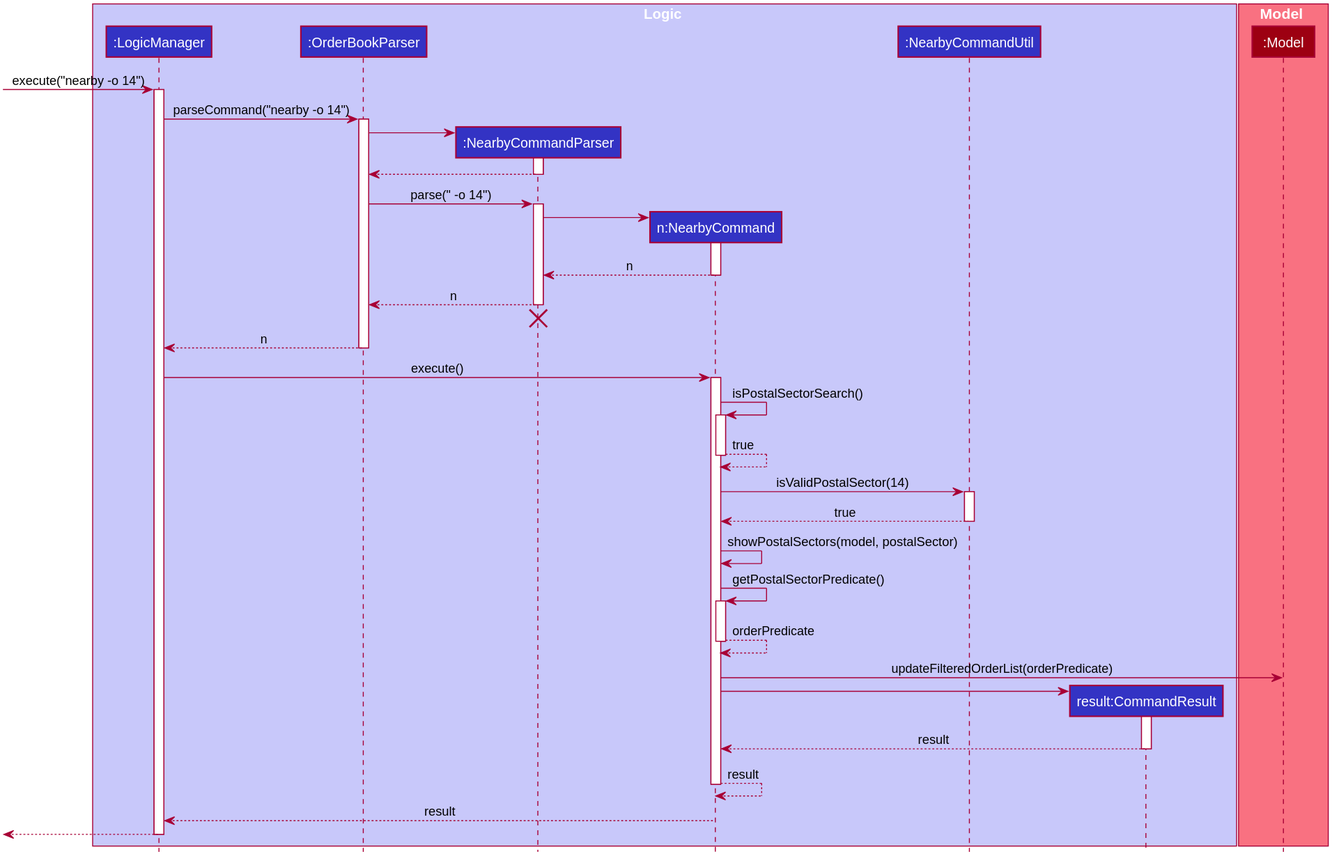
nus-cs2103-AY1920S2/addressbook-level3 keeps this PlantUML diagram as docs/images/NearbyCommandSequenceDiagram1.svg. Above is the earlier version.
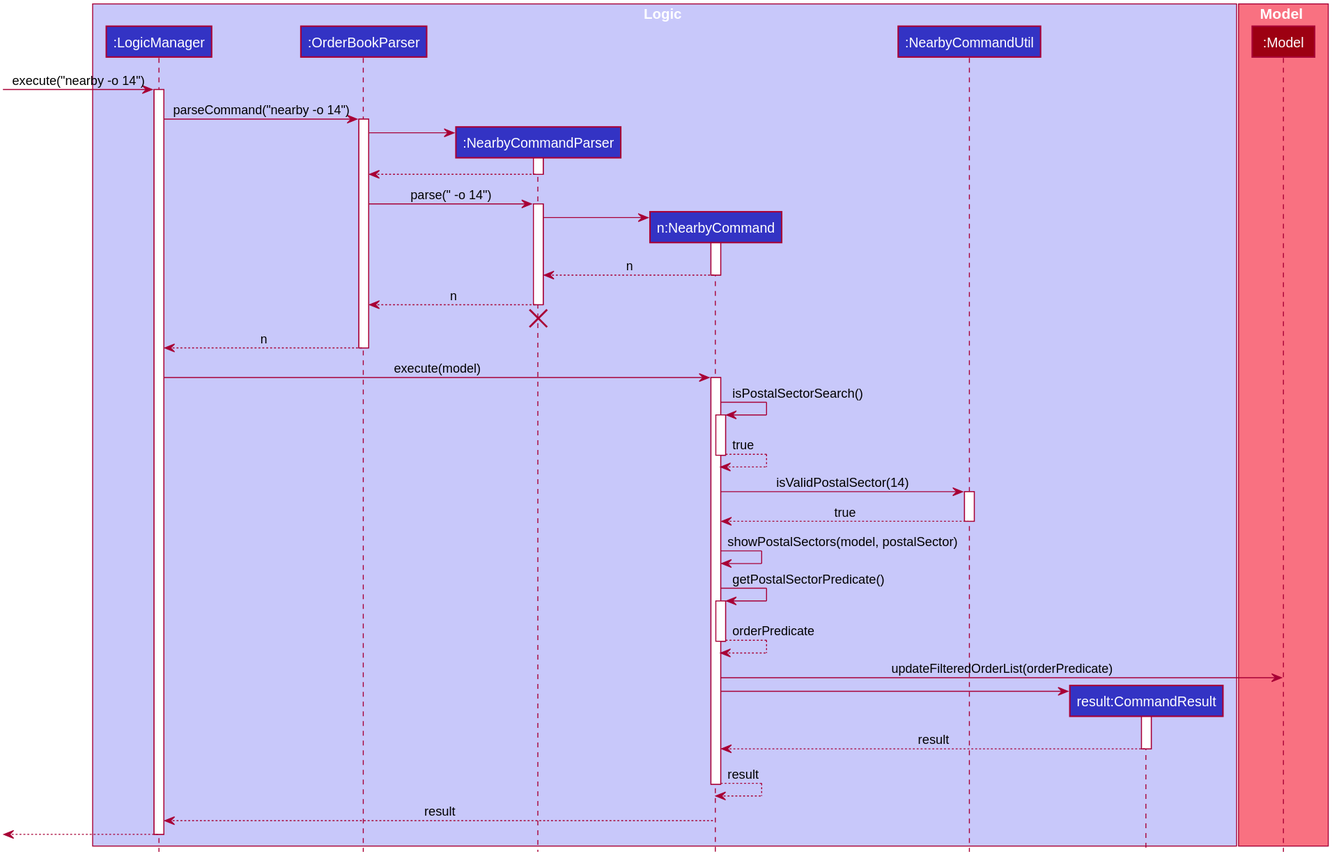
Later version of the same file.

Commit message:
Add delete command sequence diagrams

What changed in the source:
```diff
@@ -91,7 +91,7 @@
 OrderBookParser --> LogicManager : n
 deactivate OrderBookParser
 
-LogicManager -> NearbyCommand : execute()
+LogicManager -> NearbyCommand : execute(model)
 activate NearbyCommand
 
 NearbyCommand -> NearbyCommand: isPostalSectorSearch()
```
